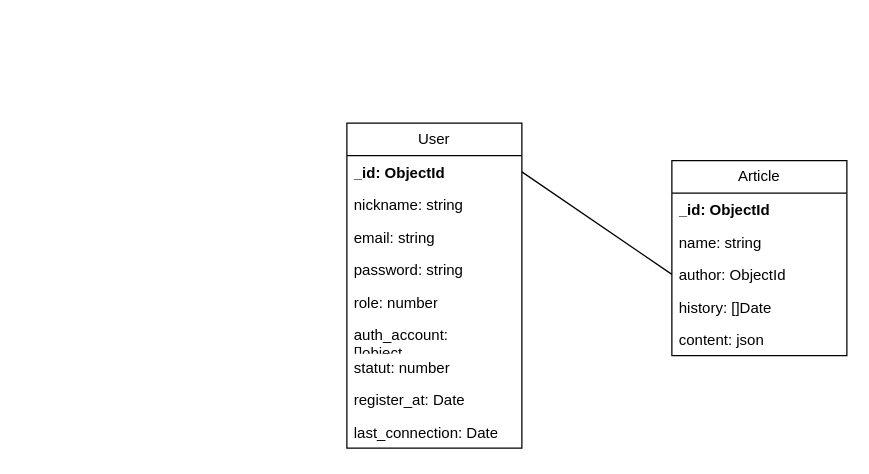
Earlier version of the draw.io diagram doc/model skadenlab.drawio (Skalefou/skadenlab-blog). Source tidied: cells renumbered, new cells numbered last; positions are measured from the earlier drawing's top-left corner, leaving out a move shared by most shapes. Both pictures are drawn from the tidied source at 125%, with x=0, y=0 at pixel (346, 122).
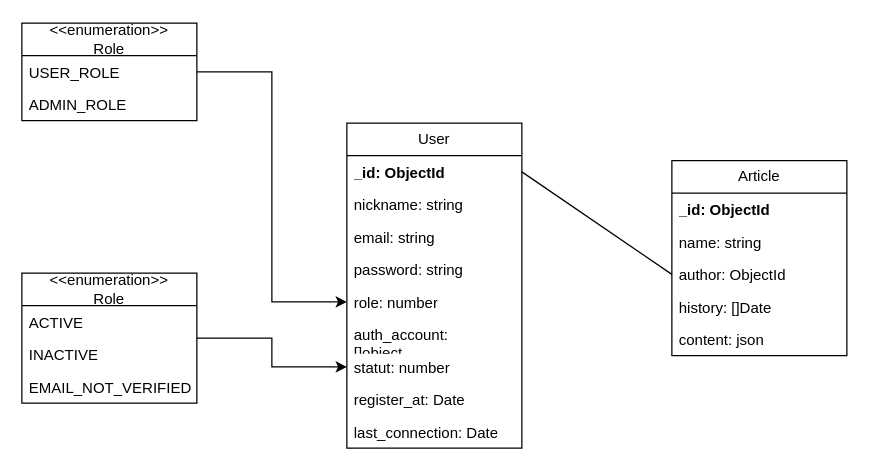
The same diagram, later.

Unchanged cells that the change refers to:
```xml
<mxCell id="7" value="role: number" style="text;strokeColor=none;fillColor=none;align=left;verticalAlign=top;spacingLeft=4;spacingRight=4;overflow=hidden;points=[[0,0.5],[1,0.5]];portConstraint=eastwest;whiteSpace=wrap;html=1;" parent="2" vertex="1">
  <mxGeometry y="130" width="140" height="26" as="geometry" />
</mxCell>
<mxCell id="9" value="statut: number" style="text;strokeColor=none;fillColor=none;align=left;verticalAlign=top;spacingLeft=4;spacingRight=4;overflow=hidden;points=[[0,0.5],[1,0.5]];portConstraint=eastwest;whiteSpace=wrap;html=1;" parent="2" vertex="1">
  <mxGeometry y="182" width="140" height="26" as="geometry" />
</mxCell>
```

Change to the diagram source:
```diff
@@
+    <mxCell id="19" value="&lt;div&gt;&amp;lt;&amp;lt;&lt;span class=&quot;hljs-operator&quot;&gt;&lt;/span&gt;enumeration&lt;span class=&quot;hljs-operator&quot;&gt;&lt;/span&gt;&amp;gt;&amp;gt;&lt;/div&gt;&lt;div&gt;Role&lt;br&gt;&lt;/div&gt;" style="swimlane;fontStyle=0;horizontal=1;startSize=26;fillColor=none;whiteSpace=wrap;html=1;" parent="1" vertex="1">
+      <mxGeometry x="-260" y="-80" width="140" height="78" as="geometry" />
+    </mxCell>
+    <mxCell id="20" value="USER_ROLE" style="text;strokeColor=none;fillColor=none;align=left;verticalAlign=top;spacingLeft=4;spacingRight=4;overflow=hidden;points=[[0,0.5],[1,0.5]];portConstraint=eastwest;whiteSpace=wrap;html=1;" parent="19" vertex="1">
+      <mxGeometry y="26" width="140" height="26" as="geometry" />
+    </mxCell>
+    <mxCell id="21" value="ADMIN_ROLE" style="text;strokeColor=none;fillColor=none;align=left;verticalAlign=top;spacingLeft=4;spacingRight=4;overflow=hidden;whiteSpace=wrap;html=1;" parent="19" vertex="1">
+      <mxGeometry y="52" width="140" height="26" as="geometry" />
+    </mxCell>
+    <mxCell id="22" style="edgeStyle=orthogonalEdgeStyle;rounded=0;jettySize=auto;html=1;" parent="1" edge="1" source="20" target="7">
+      <mxGeometry relative="1" as="geometry" />
+    </mxCell>
+    <mxCell id="23" style="edgeStyle=orthogonalEdgeStyle;rounded=0;jettySize=auto;html=1;" parent="1" edge="1" source="24" target="9">
+      <mxGeometry relative="1" as="geometry" />
+    </mxCell>
+    <mxCell id="24" value="&lt;div&gt;&amp;lt;&amp;lt;&lt;span class=&quot;hljs-operator&quot;&gt;&lt;/span&gt;enumeration&lt;span class=&quot;hljs-operator&quot;&gt;&lt;/span&gt;&amp;gt;&amp;gt;&lt;/div&gt;&lt;div&gt;Role&lt;br&gt;&lt;/div&gt;" style="swimlane;fontStyle=0;horizontal=1;startSize=26;fillColor=none;whiteSpace=wrap;html=1;" parent="1" vertex="1">
+      <mxGeometry x="-260" y="120" width="140" height="104" as="geometry" />
+    </mxCell>
+    <mxCell id="25" value="ACTIVE" style="text;strokeColor=none;fillColor=none;align=left;verticalAlign=top;spacingLeft=4;spacingRight=4;overflow=hidden;whiteSpace=wrap;html=1;" parent="24" vertex="1">
+      <mxGeometry y="26" width="140" height="26" as="geometry" />
+    </mxCell>
+    <mxCell id="26" value="INACTIVE" style="text;strokeColor=none;fillColor=none;align=left;verticalAlign=top;spacingLeft=4;spacingRight=4;overflow=hidden;whiteSpace=wrap;html=1;" parent="24" vertex="1">
+      <mxGeometry y="52" width="140" height="26" as="geometry" />
+    </mxCell>
+    <mxCell id="27" value="EMAIL_NOT_VERIFIED" style="text;strokeColor=none;fillColor=none;align=left;verticalAlign=top;spacingLeft=4;spacingRight=4;overflow=hidden;whiteSpace=wrap;html=1;" parent="24" vertex="1">
+      <mxGeometry y="78" width="140" height="26" as="geometry" />
+    </mxCell>
```
